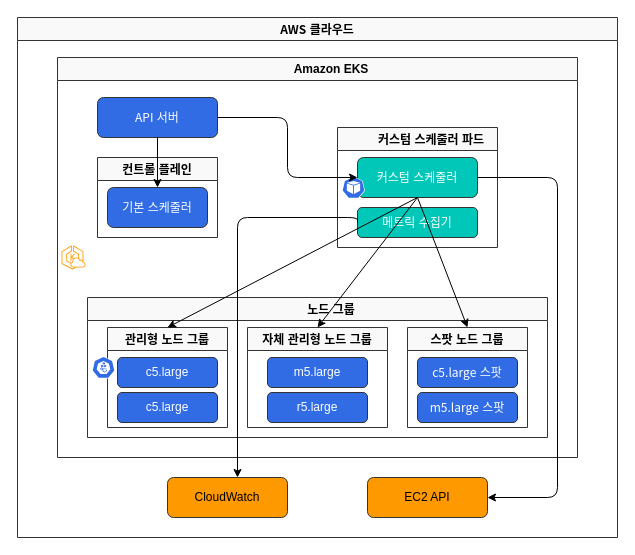
The draw.io diagram assets/generated-diagrams/eks_custom_scheduler_architecture.drawio in Atom-oh/kubernetes-docs, before the edit. Source tidied: cells renumbered, new cells numbered last; positions are measured from the earlier drawing's top-left corner, leaving out a move shared by most shapes. Both pictures are drawn from the tidied source at 100%, with x=0, y=0 at pixel (17, 17).
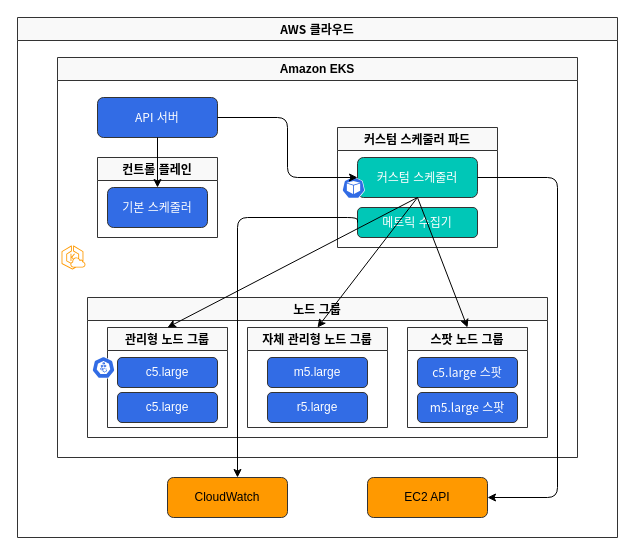
Above is the later version.

Unchanged cells that the change refers to:
```xml
<mxCell id="2" value="AWS 클라우드" style="swimlane;whiteSpace=wrap;html=1;fillColor=#f9f9f9;strokeColor=#333333;strokeWidth=1;fontSize=12;fontFamily=Noto Sans CJK KR;" parent="1" vertex="1">
  <mxGeometry width="600" height="520" as="geometry" />
</mxCell>
```

What changed in the source:
```diff
@@
-    <mxCell id="3" value="Amazon EKS" style="swimlane;whiteSpace=wrap;html=1;fillColor=#f9f9f9;strokeColor=#333333;strokeWidth=1;fontSize=12;spacingLeft=28;" parent="2" vertex="1">
+    <mxCell id="3" value="Amazon EKS" style="swimlane;whiteSpace=wrap;html=1;fillColor=#f9f9f9;strokeColor=#333333;strokeWidth=1;fontSize=12;" parent="2" vertex="1">
       <mxGeometry x="40" y="40" width="520" height="400" as="geometry" />
     </mxCell>
@@
-    <mxCell id="7" value="커스텀 스케줄러 파드" style="swimlane;whiteSpace=wrap;html=1;fillColor=#f9f9f9;strokeColor=#333333;strokeWidth=1;fontSize=12;fontFamily=Noto Sans CJK KR;spacingLeft=28;" parent="3" vertex="1">
+    <mxCell id="7" value="커스텀 스케줄러 파드" style="swimlane;whiteSpace=wrap;html=1;fillColor=#f9f9f9;strokeColor=#333333;strokeWidth=1;fontSize=12;fontFamily=Noto Sans CJK KR;" parent="3" vertex="1">
       <mxGeometry x="280" y="70" width="160" height="120" as="geometry" />
     </mxCell>
@@
-    <mxCell id="10" value="노드 그룹" style="swimlane;whiteSpace=wrap;html=1;fillColor=#f9f9f9;strokeColor=#333333;strokeWidth=1;fontSize=12;fontFamily=Noto Sans CJK KR;spacingLeft=28;" parent="3" vertex="1">
+    <mxCell id="10" value="노드 그룹" style="swimlane;whiteSpace=wrap;html=1;fillColor=#f9f9f9;strokeColor=#333333;strokeWidth=1;fontSize=12;fontFamily=Noto Sans CJK KR;" parent="3" vertex="1">
       <mxGeometry x="30" y="240" width="460" height="140" as="geometry" />
     </mxCell>
```
